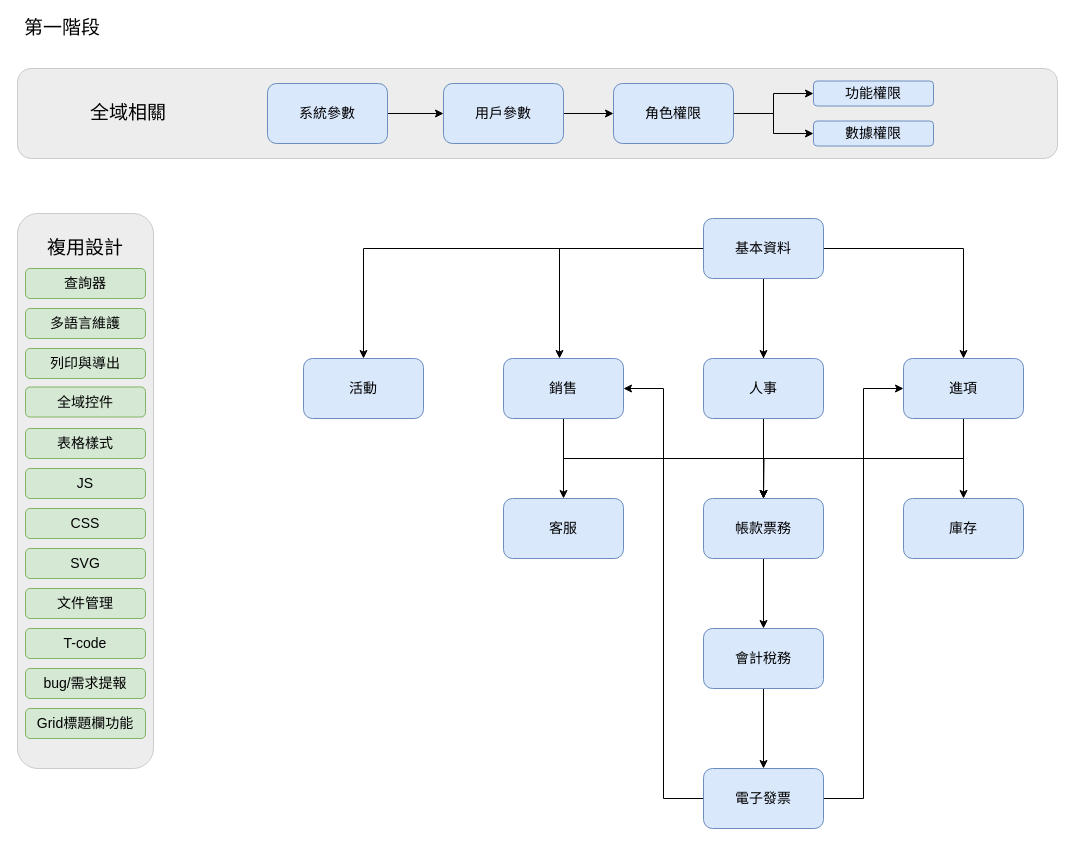
The draw.io diagram fPlus_topModule.drawio in frglobal/documents, before the edit. Source tidied: cells renumbered, new cells numbered last; positions are measured from the earlier drawing's top-left corner, leaving out a move shared by most shapes. Both pictures are drawn from the tidied source at 100%, with x=0, y=0 at pixel (17, 18).
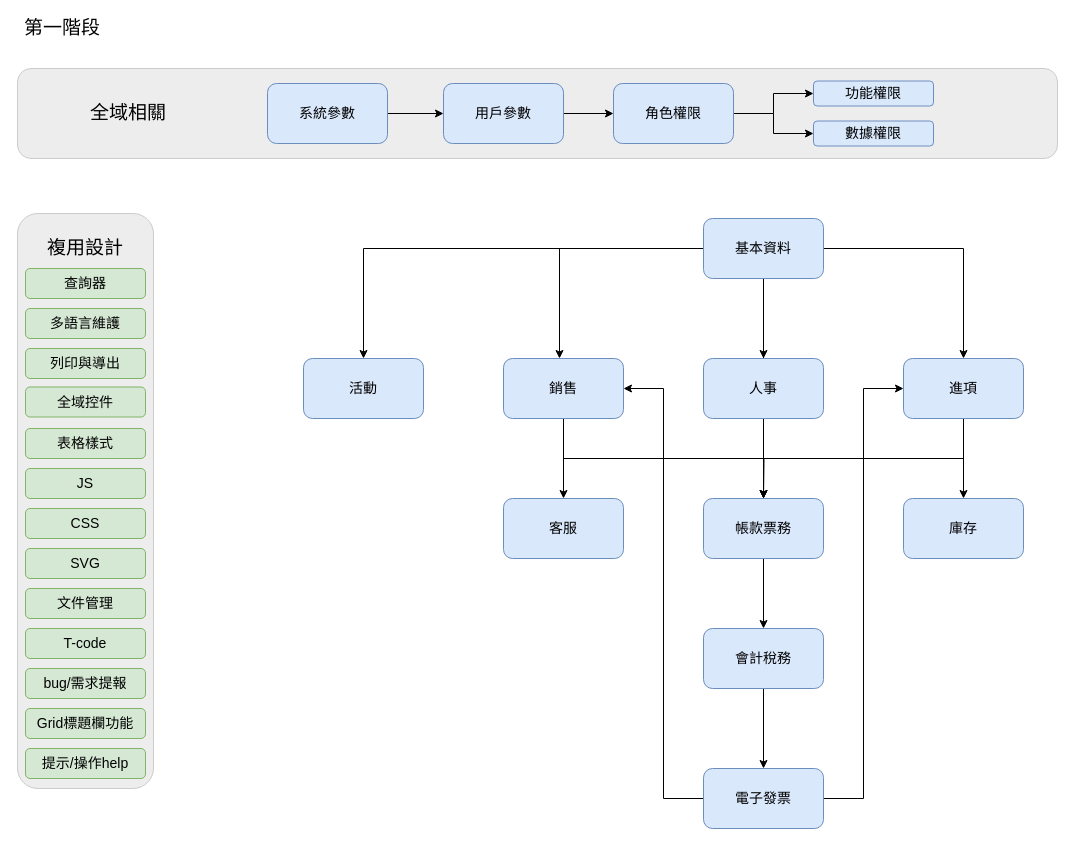
The same page after the edit.

Change to the diagram source:
```diff
@@
     <mxCell id="2" style="rounded=1;whiteSpace=wrap;html=1;labelBackgroundColor=none;strokeColor=#CCCCCC;fillColor=#EDEDED;fontFamily=Noto Sans CJK;" parent="1" vertex="1">
-      <mxGeometry y="195" width="136" height="555" as="geometry" />
+      <mxGeometry y="195" width="136" height="575" as="geometry" />
     </mxCell>
@@
+    <mxCell id="52" value="提示/操作help" style="rounded=1;whiteSpace=wrap;html=1;fillColor=#d5e8d4;strokeColor=#82b366;fontFamily=Noto Sans TC;fontSize=14;" parent="1" vertex="1">
+      <mxGeometry x="8" y="730" width="120" height="30" as="geometry" />
+    </mxCell>
```
